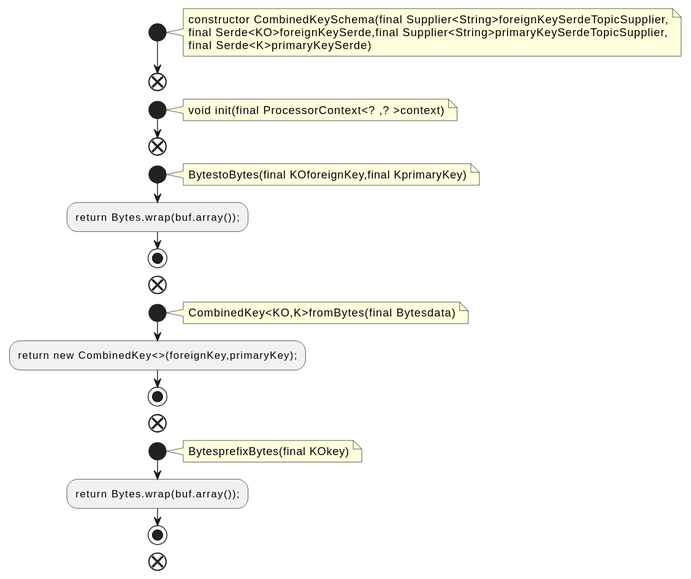
Earlier version of the PlantUML export docs/qc/streams/src/main/java/org/apache/kafka/streams/kstream/internals/foreignkeyjoin/CombinedKeySchema.java.fct.svg (qualitesys/kafka).
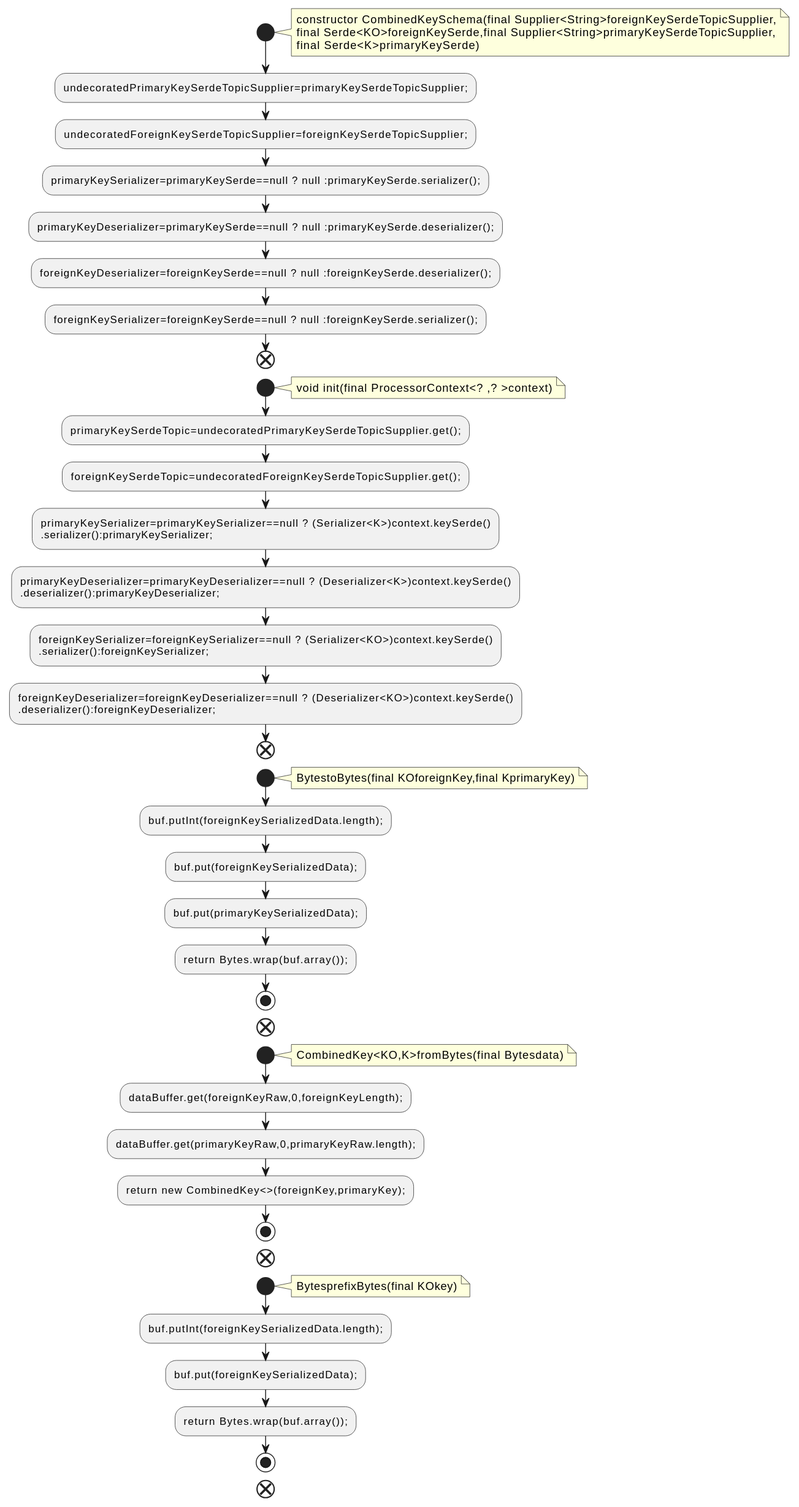
Above is the later version.

The edit, as a diff of the source:
```diff
@@ -6,16 +6,35 @@
 final Serde<KO>foreignKeySerde,final Supplier<String>primaryKeySerdeTopicSupplier,
 final Serde<K>primaryKeySerde)
 end note
+:undecoratedPrimaryKeySerdeTopicSupplier=primaryKeySerdeTopicSupplier;;
+:undecoratedForeignKeySerdeTopicSupplier=foreignKeySerdeTopicSupplier;;
+:primaryKeySerializer=primaryKeySerde==null ? null :primaryKeySerde.serializer();;
+:primaryKeyDeserializer=primaryKeySerde==null ? null :primaryKeySerde.deserializer();;
+:foreignKeyDeserializer=foreignKeySerde==null ? null :foreignKeySerde.deserializer();;
+:foreignKeySerializer=foreignKeySerde==null ? null :foreignKeySerde.serializer();;
 end
 start
 note right
 void init(final ProcessorContext<? ,? >context)
 end note
+:primaryKeySerdeTopic=undecoratedPrimaryKeySerdeTopicSupplier.get();;
+:foreignKeySerdeTopic=undecoratedForeignKeySerdeTopicSupplier.get();;
+:primaryKeySerializer=primaryKeySerializer==null ? (Serializer<K>)context.keySerde()
+.serializer():primaryKeySerializer;;
+:primaryKeyDeserializer=primaryKeyDeserializer==null ? (Deserializer<K>)context.keySerde()
+.deserializer():primaryKeyDeserializer;;
+:foreignKeySerializer=foreignKeySerializer==null ? (Serializer<KO>)context.keySerde()
+.serializer():foreignKeySerializer;;
+:foreignKeyDeserializer=foreignKeyDeserializer==null ? (Deserializer<KO>)context.keySerde()
+.deserializer():foreignKeyDeserializer;;
 end
 start
 note right
 BytestoBytes(final KOforeignKey,final KprimaryKey)
 end note
+:buf.putInt(foreignKeySerializedData.length);;
+:buf.put(foreignKeySerializedData);;
+:buf.put(primaryKeySerializedData);;
 :return Bytes.wrap(buf.array());;
 stop
 end
@@ -23,6 +42,8 @@
 note right
 CombinedKey<KO,K>fromBytes(final Bytesdata)
 end note
+:dataBuffer.get(foreignKeyRaw,0,foreignKeyLength);;
+:dataBuffer.get(primaryKeyRaw,0,primaryKeyRaw.length);;
 :return new CombinedKey<>(foreignKey,primaryKey);;
 stop
 end
@@ -30,6 +51,8 @@
 note right
 BytesprefixBytes(final KOkey)
 end note
+:buf.putInt(foreignKeySerializedData.length);;
+:buf.put(foreignKeySerializedData);;
 :return Bytes.wrap(buf.array());;
 stop
 end
```
